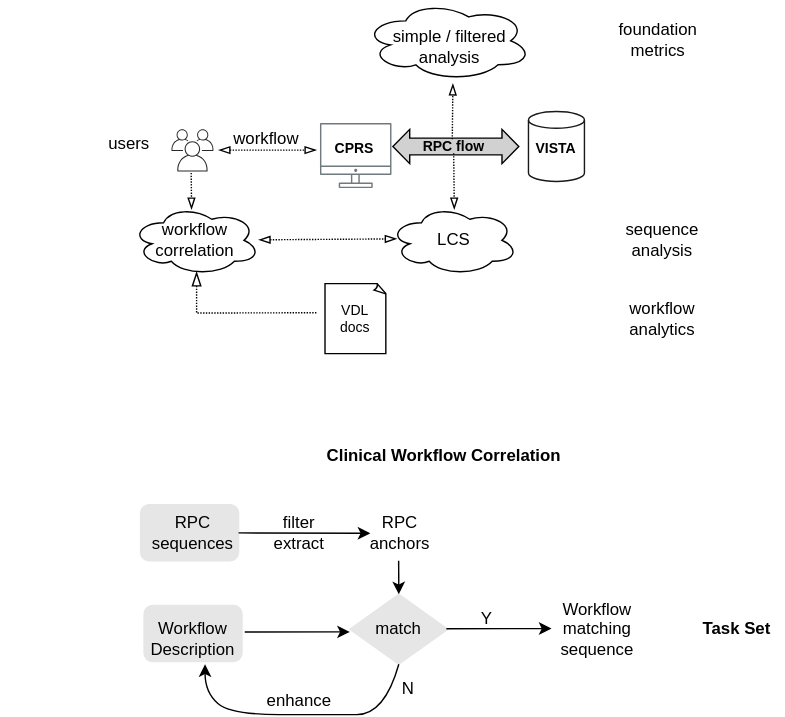
Earlier version of the draw.io export vaa-analyses.svg (cloudvista/vaa). Source tidied: cells renumbered, new cells last; positions are measured from the earlier drawing's top-left corner, leaving out a move shared by most shapes.
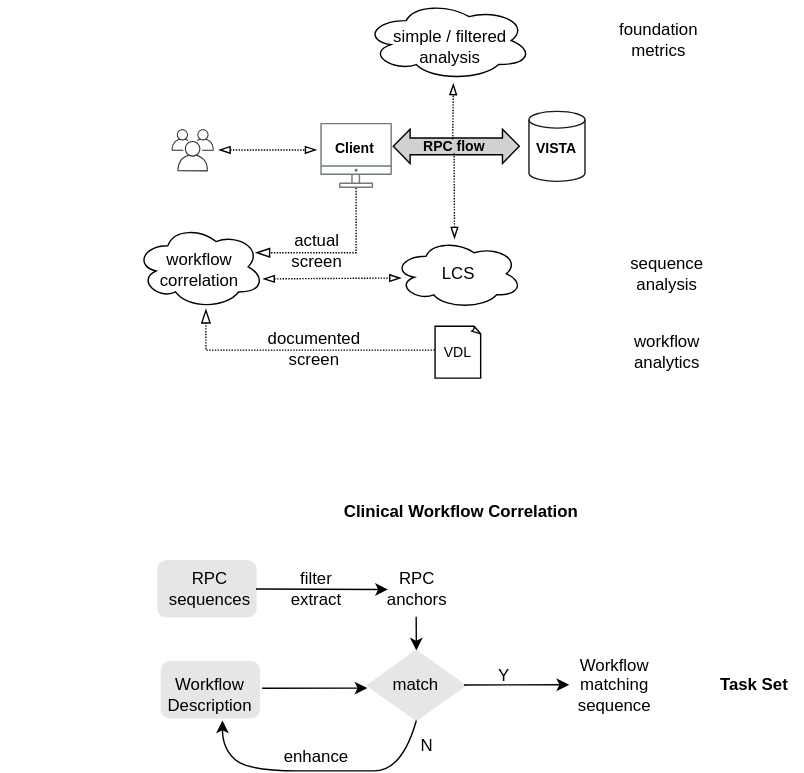
Later version of the same file.

What changed in the source:
```diff
@@ -6,22 +6,16 @@
       <mxGeometry x="259.4" width="120" height="57" as="geometry" />
     </mxCell>
     <mxCell id="3" style="rounded=1;whiteSpace=wrap;html=1;strokeColor=#E6E6E6;fillColor=#E6E6E6;" parent="1" vertex="1">
-      <mxGeometry x="102.4" y="432" width="70" height="40" as="geometry" />
+      <mxGeometry x="114.7" y="472" width="70" height="40" as="geometry" />
     </mxCell>
     <mxCell id="4" style="rounded=1;whiteSpace=wrap;html=1;strokeColor=#E6E6E6;fillColor=#E6E6E6;" parent="1" vertex="1">
-      <mxGeometry x="100" y="360" width="70" height="40" as="geometry" />
+      <mxGeometry x="112.2" y="400" width="70" height="40" as="geometry" />
     </mxCell>
-    <mxCell id="5" style="endArrow=blockThin;html=1;fontSize=10;dashed=1;dashPattern=1 1;endFill=0;exitX=0.5;exitY=1;exitDx=0;exitDy=0;" parent="1" edge="1">
-      <mxGeometry relative="1" as="geometry">
-        <mxPoint x="136" y="108.9" as="sourcePoint" />
-        <mxPoint x="136.4" y="149" as="targetPoint" />
-      </mxGeometry>
-    </mxCell>
     <mxCell id="6" style="ellipse;shape=cloud;whiteSpace=wrap;html=1;shadow=0;sketch=0;fillStyle=solid;strokeColor=default;strokeWidth=1;fontSize=10;fillColor=none;gradientColor=none;" parent="1" vertex="1">
-      <mxGeometry x="277.8" y="146" width="91.9" height="50" as="geometry" />
+      <mxGeometry x="280.6" y="170" width="91.9" height="50" as="geometry" />
     </mxCell>
     <mxCell id="7" style="whiteSpace=wrap;html=1;shape=mxgraph.basic.document;strokeColor=default;strokeWidth=1;fontSize=10;fillColor=none;gradientColor=none;" parent="1" vertex="1">
-      <mxGeometry x="231.8" y="202" width="43.9" height="50" as="geometry" />
+      <mxGeometry x="310.1" y="232.5" width="32.9" height="37" as="geometry" />
     </mxCell>
     <mxCell id="8" style="outlineConnect=0;gradientColor=none;fontColor=#545B64;strokeColor=none;fillColor=#70797D;dashed=0;verticalLabelPosition=bottom;verticalAlign=top;align=center;html=1;fontSize=12;fontStyle=0;shape=mxgraph.aws4.illustration_desktop;shadow=0;fillStyle=solid;" parent="1" vertex="1">
       <mxGeometry x="228.2" y="87.2" width="51.1" height="46.5" as="geometry" />
@@ -33,13 +27,13 @@
       <mxGeometry x="293.7" y="98.9" width="60" height="10" as="geometry" />
     </mxCell>
     <mxCell id="11" value="LCS" style="text;strokeColor=none;align=center;fillColor=none;html=1;verticalAlign=middle;whiteSpace=wrap;rounded=0;" parent="1" vertex="1">
-      <mxGeometry x="293.7" y="156" width="60" height="30" as="geometry" />
+      <mxGeometry x="296.6" y="180" width="60" height="30" as="geometry" />
     </mxCell>
-    <mxCell id="12" value="CPRS" style="text;strokeColor=none;align=center;fillColor=none;html=1;verticalAlign=middle;whiteSpace=wrap;rounded=0;fontSize=10;fontStyle=1;" parent="1" vertex="1">
+    <mxCell id="12" value="Client" style="text;strokeColor=none;align=center;fillColor=none;html=1;verticalAlign=middle;whiteSpace=wrap;rounded=0;fontSize=10;fontStyle=1;" parent="1" vertex="1">
       <mxGeometry x="223.4" y="89.9" width="60" height="30" as="geometry" />
     </mxCell>
-    <mxCell id="13" value="VDL&lt;br style=&quot;font-size: 10px;&quot;&gt;docs" style="text;strokeColor=none;align=center;fillColor=none;html=1;verticalAlign=middle;whiteSpace=wrap;rounded=0;fontSize=10;" parent="1" vertex="1">
-      <mxGeometry x="232.7" y="212" width="41.5" height="30" as="geometry" />
+    <mxCell id="13" value="VDL" style="text;strokeColor=none;align=center;fillColor=none;html=1;verticalAlign=middle;whiteSpace=wrap;rounded=0;fontSize=10;" parent="1" vertex="1">
+      <mxGeometry x="313.8" y="236" width="25.4" height="30" as="geometry" />
     </mxCell>
     <mxCell id="14" style="shape=cylinder3;whiteSpace=wrap;html=1;boundedLbl=1;backgroundOutline=1;size=5.999999999999943;strokeColor=#191919;strokeWidth=1;fillColor=#FFFFFF;gradientColor=none;" parent="1" vertex="1">
       <mxGeometry x="377.2" y="79" width="40" height="50" as="geometry" />
@@ -51,7 +45,7 @@
       <mxGeometry x="275.7" y="18" width="90" height="30" as="geometry" />
     </mxCell>
     <mxCell id="17" value="workflow&lt;br&gt;analytics" style="text;strokeColor=none;align=center;fillColor=none;html=1;verticalAlign=middle;whiteSpace=wrap;rounded=0;" parent="1" vertex="1">
-      <mxGeometry x="443.5" y="212" width="60" height="30" as="geometry" />
+      <mxGeometry x="446.3" y="236" width="60" height="30" as="geometry" />
     </mxCell>
     <mxCell id="18" style="endArrow=blockThin;html=1;fontSize=10;dashed=1;dashPattern=1 1;endFill=0;exitX=0.5;exitY=0;exitDx=0;exitDy=0;" parent="1" edge="1">
       <mxGeometry relative="1" as="geometry">
@@ -61,24 +55,24 @@
     </mxCell>
     <mxCell id="19" style="endArrow=blockThin;html=1;fontSize=10;dashed=1;dashPattern=1 1;endFill=0;exitX=0.5;exitY=1;exitDx=0;exitDy=0;" parent="1" edge="1" source="10">
       <mxGeometry relative="1" as="geometry">
-        <mxPoint x="324.2" y="149" as="targetPoint" />
+        <mxPoint x="324" y="170" as="targetPoint" />
       </mxGeometry>
     </mxCell>
     <mxCell id="20" value="foundation&lt;br&gt;metrics" style="text;strokeColor=none;align=center;fillColor=none;html=1;verticalAlign=middle;whiteSpace=wrap;rounded=0;" parent="1" vertex="1">
       <mxGeometry x="439.7" y="18" width="60" height="20" as="geometry" />
     </mxCell>
     <mxCell id="21" style="ellipse;shape=cloud;whiteSpace=wrap;html=1;shadow=0;sketch=0;fillStyle=solid;strokeColor=default;strokeWidth=1;fontSize=10;fillColor=none;gradientColor=none;" parent="1" vertex="1">
-      <mxGeometry x="93.5" y="146" width="91.9" height="50" as="geometry" />
+      <mxGeometry x="96.3" y="160" width="91.9" height="60" as="geometry" />
     </mxCell>
     <mxCell id="22" value="workflow&lt;br&gt;correlation" style="text;strokeColor=none;align=center;fillColor=none;html=1;verticalAlign=middle;whiteSpace=wrap;rounded=0;" parent="1" vertex="1">
-      <mxGeometry x="109.4" y="156" width="60" height="30" as="geometry" />
+      <mxGeometry x="112.2" y="177" width="60" height="30" as="geometry" />
     </mxCell>
-    <mxCell id="23" style="edgeStyle=elbowEdgeStyle;elbow=vertical;endArrow=blockThin;html=1;curved=0;rounded=0;endSize=8;startSize=8;dashed=1;dashPattern=1 1;fontSize=10;exitX=-0.049;exitY=0.416;exitDx=0;exitDy=0;endFill=0;entryX=0.55;entryY=0.95;entryDx=0;entryDy=0;entryPerimeter=0;startArrow=none;startFill=0;exitPerimeter=0;" parent="1" edge="1">
+    <mxCell id="23" style="edgeStyle=elbowEdgeStyle;elbow=vertical;endArrow=blockThin;html=1;curved=0;rounded=0;endSize=8;startSize=8;dashed=1;dashPattern=1 1;fontSize=10;endFill=0;entryX=0.55;entryY=0.95;entryDx=0;entryDy=0;entryPerimeter=0;startArrow=none;startFill=0;" parent="1" edge="1">
       <mxGeometry relative="1" as="geometry">
-        <mxPoint x="225.6" y="222.8" as="sourcePoint" />
-        <mxPoint x="140" y="193.5" as="targetPoint" />
+        <mxPoint x="309.8" y="249.5" as="sourcePoint" />
+        <mxPoint x="146.5" y="220" as="targetPoint" />
         <Array as="points">
-          <mxPoint x="189.4" y="223" />
+          <mxPoint x="195.9" y="249.5" />
         </Array>
       </mxGeometry>
     </mxCell>
@@ -96,90 +90,99 @@
     </mxCell>
     <mxCell id="27" style="endArrow=blockThin;html=1;fontSize=10;dashed=1;dashPattern=1 1;endFill=0;startArrow=blockThin;startFill=0;entryX=0.068;entryY=0.48;entryDx=0;entryDy=0;entryPerimeter=0;" parent="1" edge="1">
       <mxGeometry relative="1" as="geometry">
-        <mxPoint x="184.3" y="170.7" as="sourcePoint" />
-        <mxPoint x="283" y="170" as="targetPoint" />
+        <mxPoint x="187.2" y="198.7" as="sourcePoint" />
+        <mxPoint x="285.9" y="198" as="targetPoint" />
       </mxGeometry>
     </mxCell>
-    <mxCell id="28" value="workflow" style="text;strokeColor=none;align=center;fillColor=none;html=1;verticalAlign=middle;whiteSpace=wrap;rounded=0;" parent="1" vertex="1">
-      <mxGeometry x="160.4" y="89" width="60" height="20.9" as="geometry" />
-    </mxCell>
     <mxCell id="29" style="rounded=1;whiteSpace=wrap;html=1;strokeColor=none;" parent="1" vertex="1">
       <mxGeometry y="60" width="40" height="30" as="geometry" />
     </mxCell>
-    <mxCell id="30" value="users" style="text;strokeColor=none;align=center;fillColor=none;html=1;verticalAlign=middle;whiteSpace=wrap;rounded=0;" parent="1" vertex="1">
-      <mxGeometry x="61.9" y="91.8" width="60" height="20.9" as="geometry" />
-    </mxCell>
     <mxCell id="31" value="&lt;br&gt;Workflow&lt;br&gt;Description&amp;nbsp;" style="text;strokeColor=none;align=center;fillColor=none;html=1;verticalAlign=middle;whiteSpace=wrap;rounded=0;" parent="1" vertex="1">
-      <mxGeometry x="116" y="438.6" width="43" height="20.9" as="geometry" />
+      <mxGeometry x="128.2" y="478.6" width="43" height="20.9" as="geometry" />
     </mxCell>
     <mxCell id="32" value="Workflow matching&amp;nbsp;&lt;br&gt;sequence" style="text;strokeColor=none;align=center;fillColor=none;html=1;verticalAlign=middle;whiteSpace=wrap;rounded=0;" parent="1" vertex="1">
-      <mxGeometry x="405.1" y="438.6" width="43" height="20.9" as="geometry" />
+      <mxGeometry x="417.3" y="478.6" width="43" height="20.9" as="geometry" />
     </mxCell>
     <mxCell id="33" style="rhombus;whiteSpace=wrap;html=1;strokeColor=#E6E6E6;fillColor=#E6E6E6;" parent="1" vertex="1">
-      <mxGeometry x="249.5" y="424" width="70" height="50" as="geometry" />
+      <mxGeometry x="261.7" y="464" width="70" height="50" as="geometry" />
     </mxCell>
     <mxCell id="34" value="match" style="text;strokeColor=none;align=center;fillColor=none;html=1;verticalAlign=middle;whiteSpace=wrap;rounded=0;" parent="1" vertex="1">
-      <mxGeometry x="263" y="438.6" width="43" height="20.9" as="geometry" />
+      <mxGeometry x="275.2" y="478.6" width="43" height="20.9" as="geometry" />
     </mxCell>
     <mxCell id="35" style="edgeStyle=none;html=1;entryX=0;entryY=0.5;entryDx=0;entryDy=0;" parent="1" edge="1">
       <mxGeometry relative="1" as="geometry">
-        <mxPoint x="174.4" y="451" as="sourcePoint" />
-        <mxPoint x="249.5" y="450.9" as="targetPoint" />
+        <mxPoint x="186.6" y="491" as="sourcePoint" />
+        <mxPoint x="261.7" y="490.9" as="targetPoint" />
       </mxGeometry>
     </mxCell>
     <mxCell id="36" style="edgeStyle=none;html=1;entryX=0.5;entryY=0;entryDx=0;entryDy=0;" parent="1" edge="1" target="33">
       <mxGeometry relative="1" as="geometry">
-        <mxPoint x="284.4" y="400" as="sourcePoint" />
+        <mxPoint x="296.6" y="440" as="sourcePoint" />
       </mxGeometry>
     </mxCell>
     <mxCell id="37" style="edgeStyle=none;html=1;entryX=0;entryY=0.5;entryDx=0;entryDy=0;" parent="1" edge="1">
       <mxGeometry relative="1" as="geometry">
-        <mxPoint x="318.5" y="448.6" as="sourcePoint" />
-        <mxPoint x="393.6" y="448.5" as="targetPoint" />
+        <mxPoint x="330.7" y="488.6" as="sourcePoint" />
+        <mxPoint x="405.9" y="488.5" as="targetPoint" />
       </mxGeometry>
     </mxCell>
     <mxCell id="38" value="Y" style="text;strokeColor=none;align=center;fillColor=none;html=1;verticalAlign=middle;whiteSpace=wrap;rounded=0;" parent="1" vertex="1">
-      <mxGeometry x="325.6" y="432" width="43" height="20.9" as="geometry" />
+      <mxGeometry x="337.8" y="472" width="43" height="20.9" as="geometry" />
     </mxCell>
     <mxCell id="39" value="RPC sequences" style="text;strokeColor=none;align=center;fillColor=none;html=1;verticalAlign=middle;whiteSpace=wrap;rounded=0;" parent="1" vertex="1">
-      <mxGeometry x="115.9" y="370" width="43" height="20.9" as="geometry" />
+      <mxGeometry x="128.2" y="410" width="43" height="20.9" as="geometry" />
     </mxCell>
     <mxCell id="40" value="filter&lt;br&gt;extract" style="text;strokeColor=none;align=center;fillColor=none;html=1;verticalAlign=middle;whiteSpace=wrap;rounded=0;" parent="1" vertex="1">
-      <mxGeometry x="191.9" y="370" width="43" height="20.9" as="geometry" />
+      <mxGeometry x="204.1" y="410" width="43" height="20.9" as="geometry" />
     </mxCell>
     <mxCell id="41" value="RPC anchors" style="text;strokeColor=none;align=center;fillColor=none;html=1;verticalAlign=middle;whiteSpace=wrap;rounded=0;" parent="1" vertex="1">
-      <mxGeometry x="264.2" y="370" width="43" height="20.9" as="geometry" />
+      <mxGeometry x="276.4" y="410" width="43" height="20.9" as="geometry" />
     </mxCell>
     <mxCell id="42" style="edgeStyle=none;html=1;entryX=0;entryY=0.5;entryDx=0;entryDy=0;startArrow=none;" parent="1" edge="1" target="41">
       <mxGeometry relative="1" as="geometry">
-        <mxPoint x="170" y="380.1" as="sourcePoint" />
+        <mxPoint x="182.2" y="420.1" as="sourcePoint" />
       </mxGeometry>
     </mxCell>
     <mxCell id="43" value="enhance" style="text;strokeColor=none;align=center;fillColor=none;html=1;verticalAlign=middle;whiteSpace=wrap;rounded=0;" parent="1" vertex="1">
-      <mxGeometry x="191.9" y="490" width="43" height="20.9" as="geometry" />
+      <mxGeometry x="204.1" y="530" width="43" height="20.9" as="geometry" />
     </mxCell>
     <mxCell id="44" style="curved=1;endArrow=classic;html=1;exitX=0.5;exitY=1;exitDx=0;exitDy=0;" parent="1" edge="1" source="33">
       <mxGeometry relative="1" as="geometry">
-        <mxPoint x="146" y="474" as="targetPoint" />
+        <mxPoint x="158.3" y="514" as="targetPoint" />
         <Array as="points">
-          <mxPoint x="274.4" y="510" />
-          <mxPoint x="234.4" y="510" />
-          <mxPoint x="164.4" y="510" />
-          <mxPoint x="146" y="494" />
+          <mxPoint x="286.6" y="550" />
+          <mxPoint x="246.6" y="550" />
+          <mxPoint x="176.6" y="550" />
+          <mxPoint x="158.3" y="534" />
         </Array>
       </mxGeometry>
     </mxCell>
     <mxCell id="45" value="N" style="text;strokeColor=none;align=center;fillColor=none;html=1;verticalAlign=middle;whiteSpace=wrap;rounded=0;" parent="1" vertex="1">
-      <mxGeometry x="270.4" y="481.1" width="43" height="20.9" as="geometry" />
+      <mxGeometry x="282.6" y="521.1" width="43" height="20.9" as="geometry" />
     </mxCell>
     <mxCell id="46" value="&lt;b&gt;Clinical Workflow Correlation&lt;/b&gt;" style="text;strokeColor=none;align=center;fillColor=none;html=1;verticalAlign=middle;whiteSpace=wrap;rounded=0;" parent="1" vertex="1">
-      <mxGeometry x="231.8" y="310" width="170" height="29.1" as="geometry" />
+      <mxGeometry x="244.1" y="350" width="170" height="29.1" as="geometry" />
     </mxCell>
     <mxCell id="47" value="&lt;b&gt;Task Set&lt;/b&gt;" style="text;strokeColor=none;align=left;fillColor=none;html=1;verticalAlign=middle;whiteSpace=wrap;rounded=0;" parent="1" vertex="1">
-      <mxGeometry x="499.7" y="438.6" width="60.3" height="20.9" as="geometry" />
+      <mxGeometry x="512" y="478.6" width="60.3" height="20.9" as="geometry" />
     </mxCell>
     <mxCell id="48" value="sequence&lt;br&gt;analysis" style="text;strokeColor=none;align=center;fillColor=none;html=1;verticalAlign=middle;whiteSpace=wrap;rounded=0;" parent="1" vertex="1">
-      <mxGeometry x="443.5" y="156" width="60" height="30" as="geometry" />
+      <mxGeometry x="446.3" y="180" width="60" height="30" as="geometry" />
     </mxCell>
+    <mxCell id="49" style="edgeStyle=elbowEdgeStyle;elbow=vertical;endArrow=blockThin;html=1;curved=0;rounded=0;endSize=8;startSize=8;dashed=1;dashPattern=1 1;fontSize=10;endFill=0;startArrow=none;startFill=0;" parent="1" edge="1" source="8">
+      <mxGeometry relative="1" as="geometry">
+        <mxPoint x="181.9" y="180" as="targetPoint" />
+        <Array as="points">
+          <mxPoint x="220" y="180" />
+          <mxPoint x="260" y="180" />
+        </Array>
+      </mxGeometry>
+    </mxCell>
+    <mxCell id="50" value="actual screen" style="text;strokeColor=none;align=center;fillColor=none;html=1;verticalAlign=middle;whiteSpace=wrap;rounded=0;" parent="1" vertex="1">
+      <mxGeometry x="195.6" y="168" width="60" height="21" as="geometry" />
+    </mxCell>
+    <mxCell id="51" value="documented screen" style="text;strokeColor=none;align=center;fillColor=none;html=1;verticalAlign=middle;whiteSpace=wrap;rounded=0;" parent="1" vertex="1">
+      <mxGeometry x="194.4" y="241" width="60" height="15" as="geometry" />
+    </mxCell>
   </root>
 </mxGraphModel>
```
